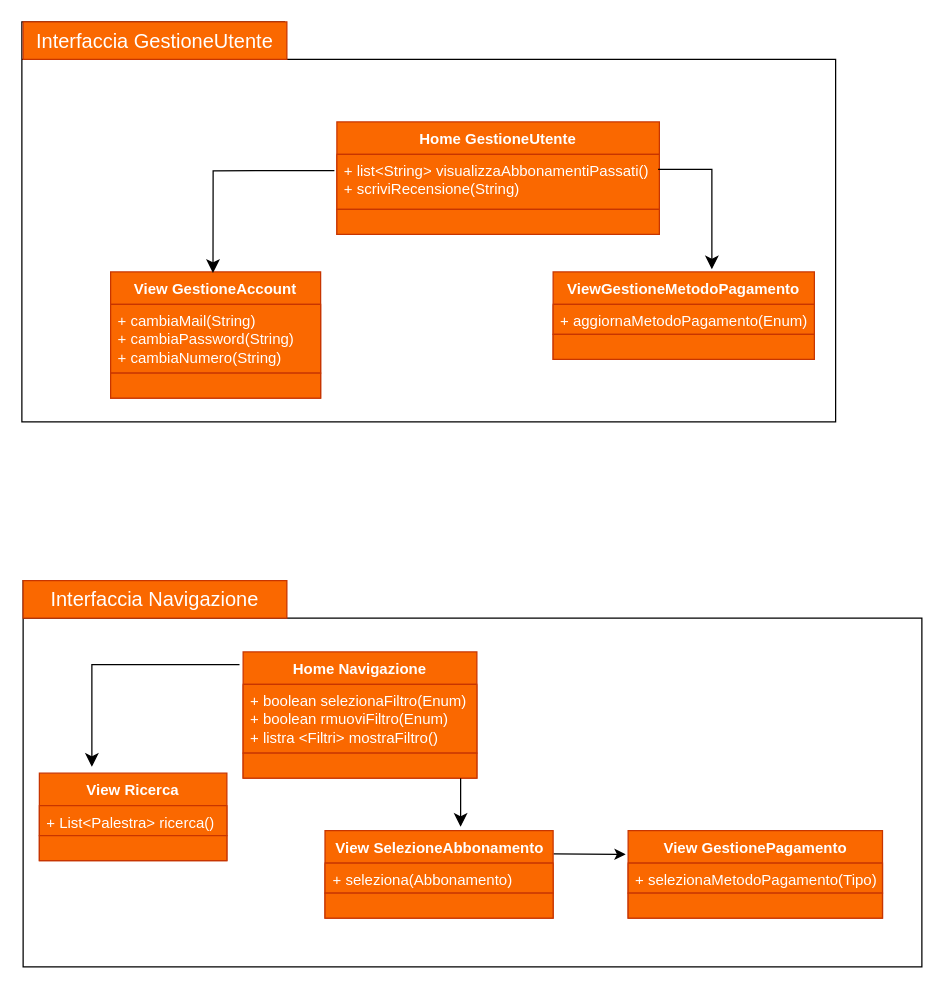
Before: Diagrammi_Package/Classi/DPackageGestU.drawio in JosephBoom02/Progetto_Ingegneria_del_Software, a draw.io diagram. Source tidied: cells renumbered, new cells numbered last; positions are measured from the earlier drawing's top-left corner, leaving out a move shared by most shapes. Both pictures are drawn from the tidied source at 125%, with x=0, y=0 at pixel (21, 21).
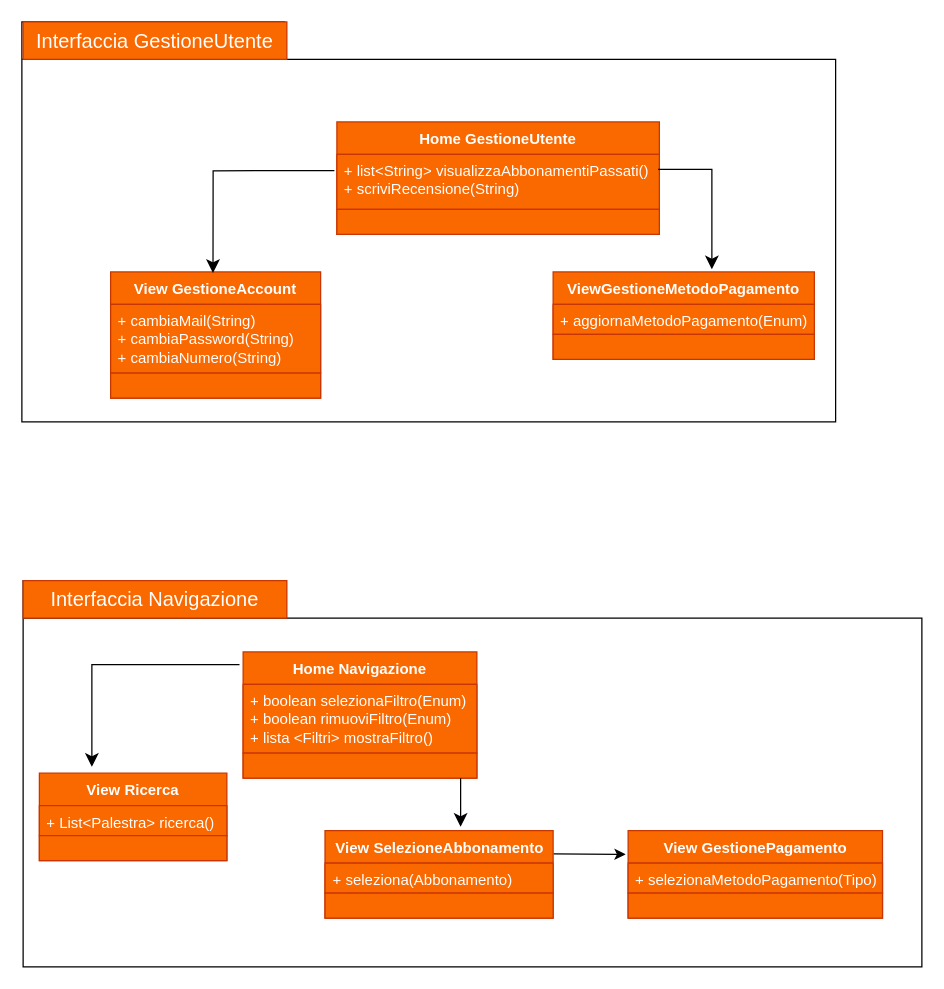
The same page after the edit.

The change refers to these unchanged cells:
```xml
<mxCell id="22" value="&lt;font color=&quot;#ffffff&quot;&gt;Home Navigazione&lt;/font&gt;" style="swimlane;fontStyle=1;align=center;verticalAlign=top;horizontal=1;startSize=26;whiteSpace=wrap;html=1;fillColor=#fa6800;fontColor=#000000;strokeColor=#C73500;" parent="1" vertex="1">
  <mxGeometry x="177" y="504" width="187" height="101" as="geometry" />
</mxCell>
```

What changed in the source:
```diff
@@
-    <mxCell id="23" value="&lt;font color=&quot;#ffffff&quot;&gt;+ boolean selezionaFiltro(Enum)&lt;/font&gt;&lt;div&gt;&lt;font color=&quot;#ffffff&quot;&gt;+ boolean rmuoviFiltro(Enum)&lt;/font&gt;&lt;/div&gt;&lt;div&gt;&lt;font color=&quot;#ffffff&quot;&gt;+ listra &amp;lt;Filtri&amp;gt; mostraFiltro()&lt;/font&gt;&lt;/div&gt;" style="text;strokeColor=#C73500;fillColor=#fa6800;align=left;verticalAlign=top;spacingLeft=4;spacingRight=4;overflow=hidden;whiteSpace=wrap;html=1;fontColor=#000000;" parent="22" vertex="1">
+    <mxCell id="23" value="&lt;font color=&quot;#ffffff&quot;&gt;+ boolean selezionaFiltro(Enum)&lt;/font&gt;&lt;div&gt;&lt;font color=&quot;#ffffff&quot;&gt;+ boolean rimuoviFiltro(Enum)&lt;/font&gt;&lt;/div&gt;&lt;div&gt;&lt;font color=&quot;#ffffff&quot;&gt;+ lista &amp;lt;Filtri&amp;gt; mostraFiltro()&lt;/font&gt;&lt;/div&gt;" style="text;strokeColor=#C73500;fillColor=#fa6800;align=left;verticalAlign=top;spacingLeft=4;spacingRight=4;overflow=hidden;whiteSpace=wrap;html=1;fontColor=#000000;" parent="22" vertex="1">
       <mxGeometry y="26" width="187" height="55" as="geometry" />
     </mxCell>
```
